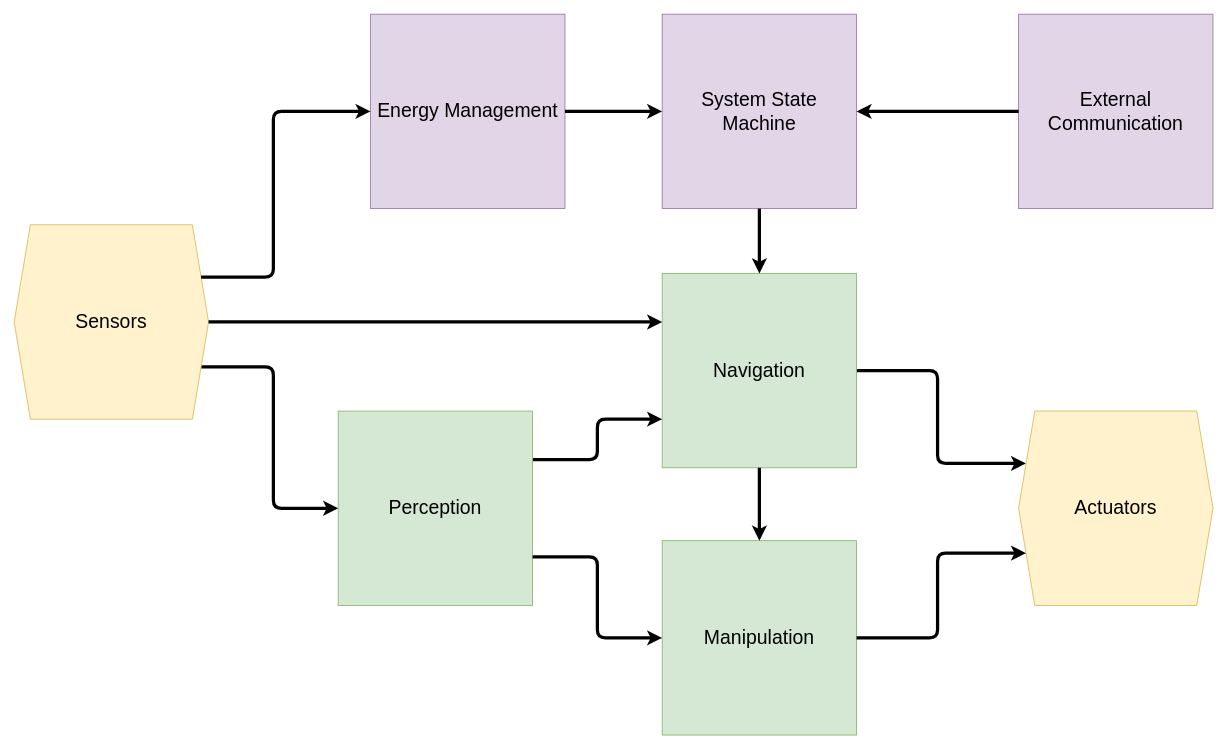
ipa-dmo/ipa_outdoor_docu keeps this draw.io diagram as page "?Software Structure 2" (12 of 12) of TestNav.drawio. Above is the earlier version. Source tidied: cells renumbered, new cells numbered last; positions are measured from the earlier drawing's top-left corner, leaving out a move shared by most shapes. Both pictures are drawn from the tidied source at 81%, with x=0, y=0 at pixel (14, 14).
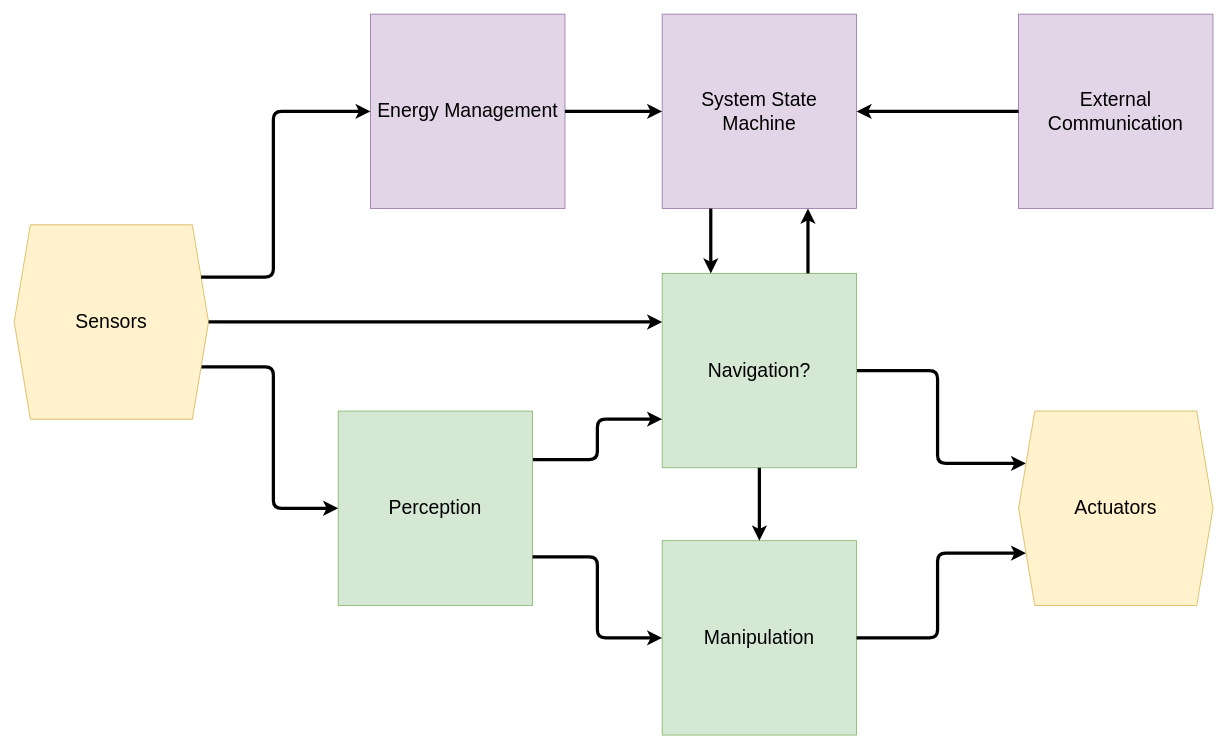
The same page after the edit.

The change refers to these unchanged cells:
```xml
<mxCell id="13" value="&lt;font style=&quot;font-size: 24px&quot;&gt;System State Machine&lt;/font&gt;" style="whiteSpace=wrap;html=1;fillColor=#e1d5e7;strokeColor=#9673a6;" parent="1" vertex="1">
  <mxGeometry x="800" width="240" height="240" as="geometry" />
</mxCell>
```

Diff of the diagram source:
```diff
@@
-    <mxCell id="3" value="&lt;div&gt;&lt;font style=&quot;font-size: 24px&quot;&gt;Navigation&lt;/font&gt;&lt;/div&gt;" style="whiteSpace=wrap;html=1;fillColor=#d5e8d4;strokeColor=#82b366;" parent="1" vertex="1">
+    <mxCell id="3" value="&lt;div&gt;&lt;font style=&quot;font-size: 24px&quot;&gt;Navigation?&lt;/font&gt;&lt;/div&gt;" style="whiteSpace=wrap;html=1;fillColor=#d5e8d4;strokeColor=#82b366;" parent="1" vertex="1">
       <mxGeometry x="800" y="320" width="240" height="240" as="geometry" />
     </mxCell>
@@
-    <mxCell id="19" style="rounded=0;jettySize=auto;html=1;strokeWidth=4;exitX=0.5;exitY=1;exitDx=0;exitDy=0;entryX=0.5;entryY=0;entryDx=0;entryDy=0;" parent="1" edge="1" source="13" target="3">
+    <mxCell id="19" style="rounded=0;jettySize=auto;html=1;strokeWidth=4;exitX=0.25;exitY=1;exitDx=0;exitDy=0;entryX=0.25;entryY=0;entryDx=0;entryDy=0;" parent="1" edge="1" source="13" target="3">
       <mxGeometry relative="1" as="geometry" />
     </mxCell>
@@
+    <mxCell id="21" style="rounded=0;jettySize=auto;html=1;strokeWidth=4;exitX=0.75;exitY=0;exitDx=0;exitDy=0;entryX=0.75;entryY=1;entryDx=0;entryDy=0;" parent="1" edge="1" source="3" target="13">
+      <mxGeometry relative="1" as="geometry" />
+    </mxCell>
```
